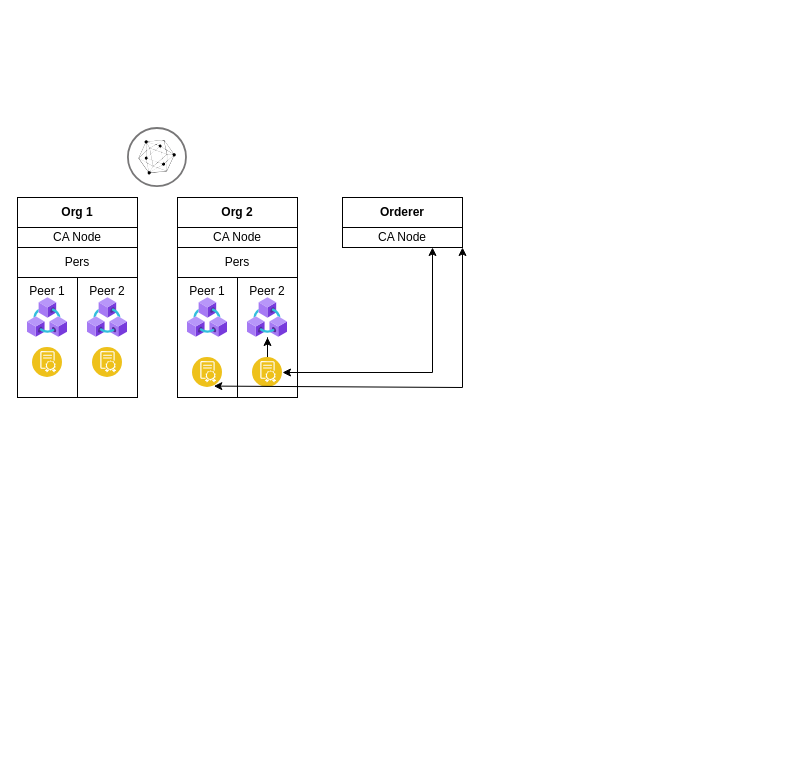
Earlier version of the draw.io diagram resources/diagram.drawio (ialberquilla/hlf1.4-supply-chain). Source tidied: cells renumbered, new cells numbered last; positions are measured from the earlier drawing's top-left corner, leaving out a move shared by most shapes. Both pictures are drawn from the tidied source at 100%, with x=0, y=0 at pixel (17, 127).
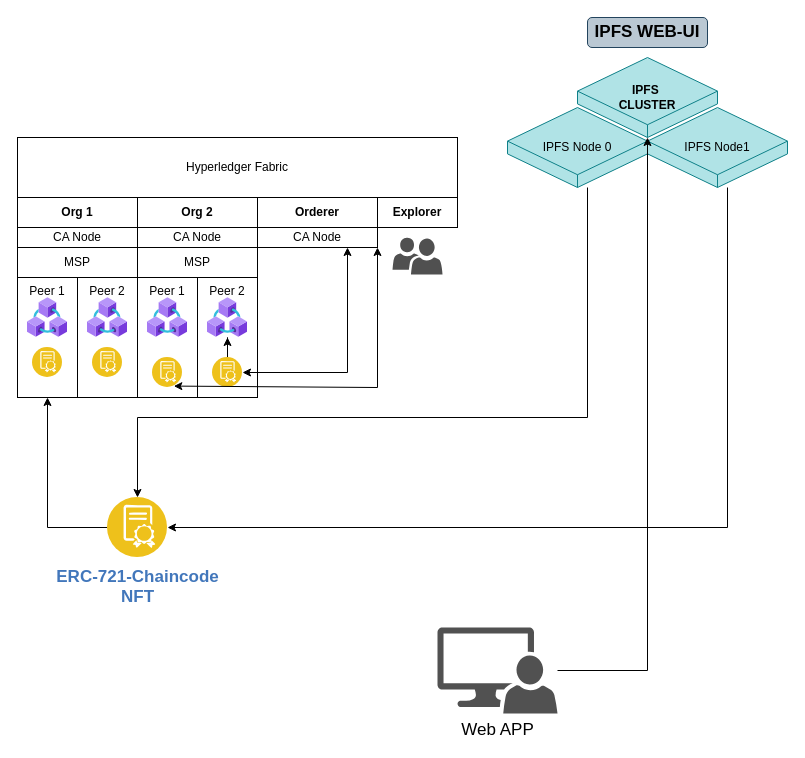
The same diagram, later.

Commit message (it also covers changes not shown here):
Diagrams implemented, added IPFS support

Unchanged cells that the change refers to:
```xml
<mxCell id="13" style="perimeter=ellipsePerimeter;html=1;align=center;shadow=0;dashed=0;fontColor=#4277BB;labelBackgroundColor=#ffffff;fontSize=12;spacingTop=3;image;image=img/lib/ibm/blockchain/smart_contract.svg;" parent="5" vertex="1">
  <mxGeometry x="15" y="160" width="30" height="30" as="geometry" />
</mxCell>
<mxCell id="15" style="perimeter=ellipsePerimeter;html=1;align=center;shadow=0;dashed=0;fontColor=#4277BB;labelBackgroundColor=#ffffff;fontSize=12;spacingTop=3;image;image=img/lib/ibm/blockchain/smart_contract.svg;" parent="5" vertex="1">
  <mxGeometry x="75" y="160" width="30" height="30" as="geometry" />
</mxCell>
<mxCell id="16" style="group;" parent="1" vertex="1">
  <mxGeometry y="70" width="120" height="200" as="geometry" />
</mxCell>
<mxCell id="21" value="Peer 1" style="rounded=0;whiteSpace=wrap;html=1;verticalAlign=top;" parent="16" vertex="1">
  <mxGeometry y="80" width="60" height="120" as="geometry" />
</mxCell>
```

What changed in the source:
```diff
@@
     <mxCell id="2" value="Orderer" style="rounded=0;whiteSpace=wrap;html=1;fontStyle=1;" parent="1" vertex="1">
-      <mxGeometry x="325" y="70" width="120" height="30" as="geometry" />
+      <mxGeometry x="240" y="70" width="120" height="30" as="geometry" />
     </mxCell>
     <mxCell id="3" value="CA Node" style="rounded=0;whiteSpace=wrap;html=1;" parent="1" vertex="1">
-      <mxGeometry x="325" y="100" width="120" height="20" as="geometry" />
+      <mxGeometry x="240" y="100" width="120" height="20" as="geometry" />
     </mxCell>
-    <mxCell id="4" style="perimeter=ellipsePerimeter;html=1;align=center;shadow=0;dashed=0;fontColor=#4277BB;labelBackgroundColor=#ffffff;fontSize=12;spacingTop=3;image;image=img/lib/ibm/blockchain/hyperledger_fabric.svg;" parent="1" vertex="1">
-      <mxGeometry x="110" width="60" height="60" as="geometry" />
-    </mxCell>
     <mxCell id="5" style="group;" parent="1" vertex="1">
-      <mxGeometry x="160" y="70" width="120" height="200" as="geometry" />
+      <mxGeometry x="120" y="70" width="120" height="200" as="geometry" />
     </mxCell>
@@
-    <mxCell id="7" value="Pers" style="rounded=0;whiteSpace=wrap;html=1;" parent="5" vertex="1">
+    <mxCell id="7" value="MSP" style="rounded=0;whiteSpace=wrap;html=1;" parent="5" vertex="1">
       <mxGeometry y="50" width="120" height="30" as="geometry" />
     </mxCell>
@@
-    <mxCell id="18" value="Pers" style="rounded=0;whiteSpace=wrap;html=1;" parent="16" vertex="1">
+    <mxCell id="18" value="MSP" style="rounded=0;whiteSpace=wrap;html=1;" parent="16" vertex="1">
       <mxGeometry y="50" width="120" height="30" as="geometry" />
     </mxCell>
@@
     <mxCell id="26" style="endArrow=classic;startArrow=classic;html=1;rounded=0;entryX=0.75;entryY=1;entryDx=0;entryDy=0;exitX=1;exitY=0.5;exitDx=0;exitDy=0;" parent="1" edge="1" source="15" target="3">
       <mxGeometry relative="1" as="geometry">
         <Array as="points">
-          <mxPoint x="415" y="245" />
+          <mxPoint x="330" y="245" />
         </Array>
       </mxGeometry>
     </mxCell>
     <mxCell id="27" style="endArrow=classic;startArrow=classic;html=1;rounded=0;entryX=1;entryY=1;entryDx=0;entryDy=0;exitX=0.75;exitY=1;exitDx=0;exitDy=0;" parent="1" edge="1" source="13" target="3">
       <mxGeometry relative="1" as="geometry">
         <Array as="points">
-          <mxPoint x="445" y="260" />
+          <mxPoint x="360" y="260" />
         </Array>
       </mxGeometry>
     </mxCell>
+    <mxCell id="28" value="Hyperledger Fabric" style="rounded=0;whiteSpace=wrap;html=1;" parent="1" vertex="1">
+      <mxGeometry y="10" width="440" height="60" as="geometry" />
+    </mxCell>
+    <mxCell id="29" style="edgeStyle=orthogonalEdgeStyle;rounded=0;jettySize=auto;html=1;exitX=0;exitY=0.5;exitDx=0;exitDy=0;fontSize=17;" parent="1" edge="1" source="30" target="21">
+      <mxGeometry relative="1" as="geometry" />
+    </mxCell>
+    <mxCell id="30" value="ERC-721-Chaincode &lt;br&gt;NFT&lt;br&gt;" style="perimeter=ellipsePerimeter;html=1;align=center;shadow=0;dashed=0;fontColor=#4277BB;labelBackgroundColor=#ffffff;fontSize=17;spacingTop=3;image;image=img/lib/ibm/blockchain/smart_contract.svg;fontStyle=1;" parent="1" vertex="1">
+      <mxGeometry x="90" y="370" width="60" height="60" as="geometry" />
+    </mxCell>
+    <mxCell id="31" value="Explorer" style="rounded=0;whiteSpace=wrap;html=1;fontStyle=1;" parent="1" vertex="1">
+      <mxGeometry x="360" y="70" width="80" height="30" as="geometry" />
+    </mxCell>
+    <mxCell id="32" style="group;" parent="1" vertex="1">
+      <mxGeometry x="560" y="-110" width="210" height="170" as="geometry" />
+    </mxCell>
+    <mxCell id="33" style="group;verticalAlign=middle;" parent="32" vertex="1">
+      <mxGeometry y="40" width="210" height="130" as="geometry" />
+    </mxCell>
+    <mxCell id="34" value="&lt;div&gt;&lt;b&gt;IPFS&amp;nbsp;&lt;/b&gt;&lt;/div&gt;&lt;div&gt;&lt;b&gt;CLUSTER&lt;/b&gt;&lt;/div&gt;" style="whiteSpace=wrap;html=1;shape=mxgraph.basic.isocube;isoAngle=15;align=center;fillColor=#b0e3e6;strokeColor=#0e8088;" parent="33" vertex="1">
+      <mxGeometry width="140" height="80" as="geometry" />
+    </mxCell>
+    <mxCell id="35" value="IPFS Node1" style="whiteSpace=wrap;html=1;shape=mxgraph.basic.isocube;isoAngle=15;align=center;fillColor=#b0e3e6;strokeColor=#0e8088;" parent="33" vertex="1">
+      <mxGeometry x="70" y="50" width="140" height="80" as="geometry" />
+    </mxCell>
+    <mxCell id="36" value="IPFS Node 0" style="whiteSpace=wrap;html=1;shape=mxgraph.basic.isocube;isoAngle=15;align=center;fillColor=#b0e3e6;strokeColor=#0e8088;" parent="33" vertex="1">
+      <mxGeometry x="-70" y="50" width="140" height="80" as="geometry" />
+    </mxCell>
+    <mxCell id="37" value="IPFS WEB-UI" style="rounded=1;whiteSpace=wrap;html=1;fontSize=17;fontStyle=1;fillColor=#bac8d3;strokeColor=#23445d;" parent="32" vertex="1">
+      <mxGeometry x="10" width="120" height="30" as="geometry" />
+    </mxCell>
+    <mxCell id="38" style="edgeStyle=orthogonalEdgeStyle;rounded=0;jettySize=auto;html=1;fontSize=17;entryX=0.5;entryY=0;entryDx=0;entryDy=0;" parent="1" edge="1" source="36" target="30">
+      <mxGeometry relative="1" as="geometry">
+        <Array as="points">
+          <mxPoint x="570" y="290" />
+          <mxPoint x="120" y="290" />
+        </Array>
+      </mxGeometry>
+    </mxCell>
+    <mxCell id="39" style="edgeStyle=orthogonalEdgeStyle;rounded=0;jettySize=auto;html=1;entryX=1;entryY=0.5;entryDx=0;entryDy=0;fontSize=17;" parent="1" edge="1" source="35" target="30">
+      <mxGeometry relative="1" as="geometry">
+        <Array as="points">
+          <mxPoint x="710" y="400" />
+        </Array>
+      </mxGeometry>
+    </mxCell>
+    <mxCell id="40" style="sketch=0;shadow=0;dashed=0;html=1;strokeColor=none;labelPosition=center;verticalLabelPosition=bottom;verticalAlign=top;align=center;fillColor=#505050;shape=mxgraph.mscae.intune.user_group;fontSize=17;" parent="1" vertex="1">
+      <mxGeometry x="375" y="110" width="50" height="37" as="geometry" />
+    </mxCell>
+    <mxCell id="41" style="edgeStyle=orthogonalEdgeStyle;rounded=0;jettySize=auto;html=1;fontSize=17;" parent="1" edge="1" source="42" target="34">
+      <mxGeometry relative="1" as="geometry" />
+    </mxCell>
+    <mxCell id="42" value="Web APP" style="sketch=0;shadow=0;dashed=0;html=1;strokeColor=none;labelPosition=center;verticalLabelPosition=bottom;verticalAlign=top;align=center;fillColor=#515151;shape=mxgraph.mscae.system_center.admin_console;fontSize=17;" parent="1" vertex="1">
+      <mxGeometry x="420" y="500" width="120" height="86" as="geometry" />
+    </mxCell>
```
